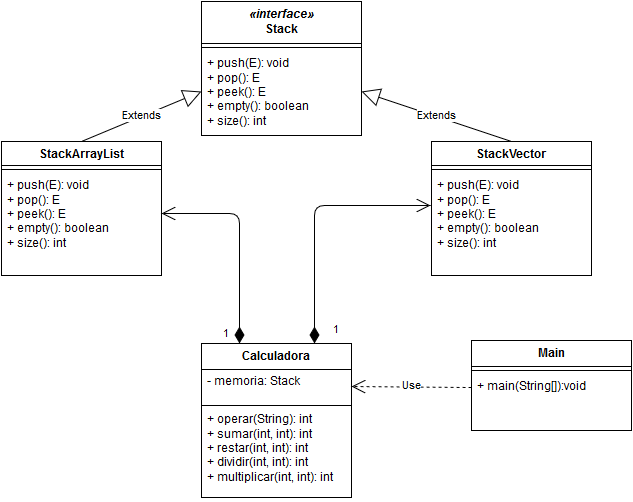
Before: Ejercicio 2_ UML.png, a diagram exported from draw.io (eric-mendoza/CalculadoraPostFix). Source tidied: cells renumbered, new cells last; positions are measured from the earlier drawing's top-left corner, leaving out a move shared by most shapes. Its diagram source:
```xml
<mxGraphModel background="#ffffff">
  <root>
    <mxCell id="0" />
    <mxCell id="1" parent="0" />
    <mxCell id="2" value="Main" style="swimlane;html=1;fontStyle=1;align=center;verticalAlign=top;horizontal=1;startSize=26;swimlaneFillColor=#ffffff;" parent="1" vertex="1">
      <mxGeometry x="470" y="339" width="160" height="90" as="geometry" />
    </mxCell>
    <mxCell id="3" style="line;html=1;strokeWidth=1;fillColor=none;align=left;verticalAlign=middle;spacingTop=-1;spacingLeft=3;spacingRight=3;labelPosition=right;" parent="2" vertex="1">
      <mxGeometry y="26" width="160" height="8" as="geometry" />
    </mxCell>
    <mxCell id="4" value="+ main(String[]):void" style="text;html=1;strokeColor=none;fillColor=none;align=left;verticalAlign=top;spacingLeft=4;spacingRight=4;whiteSpace=wrap;overflow=hidden;points=[[0,0.5],[1,0.5]];portConstraint=eastwest;" parent="2" vertex="1">
      <mxGeometry y="34" width="160" height="26" as="geometry" />
    </mxCell>
    <mxCell id="5" value="Calculadora" style="swimlane;html=1;fontStyle=1;align=center;verticalAlign=top;horizontal=1;startSize=26;swimlaneFillColor=#ffffff;" parent="1" vertex="1">
      <mxGeometry x="200" y="342" width="150" height="154" as="geometry" />
    </mxCell>
    <mxCell id="6" value="- memoria: Stack&lt;br&gt;" style="text;html=1;strokeColor=none;fillColor=none;align=left;verticalAlign=top;spacingLeft=4;spacingRight=4;whiteSpace=wrap;overflow=hidden;points=[[0,0.5],[1,0.5]];portConstraint=eastwest;" parent="5" vertex="1">
      <mxGeometry y="26" width="150" height="34" as="geometry" />
    </mxCell>
    <mxCell id="7" style="line;html=1;strokeWidth=1;fillColor=none;align=left;verticalAlign=middle;spacingTop=-1;spacingLeft=3;spacingRight=3;labelPosition=right;" parent="5" vertex="1">
      <mxGeometry y="60" width="150" height="4" as="geometry" />
    </mxCell>
    <mxCell id="8" value="+ operar(String): int&lt;br&gt;+ sumar(int, int): int&lt;br&gt;+ restar(int, int): int&lt;br&gt;+ dividir(int, int): int&lt;br&gt;+ multiplicar(int, int): int&lt;br&gt;" style="text;html=1;strokeColor=none;fillColor=none;align=left;verticalAlign=top;spacingLeft=4;spacingRight=4;whiteSpace=wrap;overflow=hidden;" parent="5" vertex="1">
      <mxGeometry y="64" width="150" height="90" as="geometry" />
    </mxCell>
    <mxCell id="9" value="Use" style="endArrow=open;endSize=12;dashed=1;html=1;entryX=1;entryY=0.5;exitX=0;exitY=0.5;" parent="1" edge="1" source="4" target="6">
      <mxGeometry relative="1" as="geometry" />
    </mxCell>
    <mxCell id="10" value="&lt;i&gt;«interface»&lt;/i&gt;&lt;br&gt;Stack" style="swimlane;html=1;fontStyle=1;align=center;verticalAlign=top;horizontal=1;startSize=42;swimlaneFillColor=#ffffff;" parent="1" vertex="1">
      <mxGeometry x="200" width="160" height="134" as="geometry" />
    </mxCell>
    <mxCell id="11" style="line;html=1;strokeWidth=1;fillColor=none;align=left;verticalAlign=middle;spacingTop=-1;spacingLeft=3;spacingRight=3;labelPosition=right;" parent="10" vertex="1">
      <mxGeometry y="42" width="160" height="8" as="geometry" />
    </mxCell>
    <mxCell id="12" value="+ push(E): void&lt;br&gt;+ pop(): E&lt;br&gt;+ peek(): E&lt;br&gt;+ empty(): boolean&lt;br&gt;+ size(): int&lt;br&gt;" style="text;html=1;strokeColor=none;fillColor=none;align=left;verticalAlign=top;spacingLeft=4;spacingRight=4;whiteSpace=wrap;overflow=hidden;points=[[0,0.5],[1,0.5]];portConstraint=eastwest;" parent="10" vertex="1">
      <mxGeometry y="50" width="160" height="80" as="geometry" />
    </mxCell>
    <mxCell id="13" value="StackArrayList" style="swimlane;html=1;fontStyle=1;align=center;verticalAlign=top;horizontal=1;startSize=24;swimlaneFillColor=#ffffff;" parent="1" vertex="1">
      <mxGeometry y="140" width="160" height="134" as="geometry" />
    </mxCell>
    <mxCell id="14" style="line;html=1;strokeWidth=1;fillColor=none;align=left;verticalAlign=middle;spacingTop=-1;spacingLeft=3;spacingRight=3;labelPosition=right;" parent="13" vertex="1">
      <mxGeometry y="24" width="160" height="8" as="geometry" />
    </mxCell>
    <mxCell id="15" value="+ push(E): void&lt;br&gt;+ pop(): E&lt;br&gt;+ peek(): E&lt;br&gt;+ empty(): boolean&lt;br&gt;+ size(): int&lt;br&gt;" style="text;html=1;strokeColor=none;fillColor=none;align=left;verticalAlign=top;spacingLeft=4;spacingRight=4;whiteSpace=wrap;overflow=hidden;points=[[0,0.5],[1,0.5]];portConstraint=eastwest;" parent="13" vertex="1">
      <mxGeometry y="32" width="160" height="80" as="geometry" />
    </mxCell>
    <mxCell id="16" value="StackVector" style="swimlane;html=1;fontStyle=1;align=center;verticalAlign=top;horizontal=1;startSize=24;swimlaneFillColor=#ffffff;" parent="1" vertex="1">
      <mxGeometry x="430" y="140" width="160" height="134" as="geometry" />
    </mxCell>
    <mxCell id="17" style="line;html=1;strokeWidth=1;fillColor=none;align=left;verticalAlign=middle;spacingTop=-1;spacingLeft=3;spacingRight=3;labelPosition=right;" parent="16" vertex="1">
      <mxGeometry y="24" width="160" height="8" as="geometry" />
    </mxCell>
    <mxCell id="18" value="+ push(E): void&lt;br&gt;+ pop(): E&lt;br&gt;+ peek(): E&lt;br&gt;+ empty(): boolean&lt;br&gt;+ size(): int&lt;br&gt;" style="text;html=1;strokeColor=none;fillColor=none;align=left;verticalAlign=top;spacingLeft=4;spacingRight=4;whiteSpace=wrap;overflow=hidden;points=[[0,0.5],[1,0.5]];portConstraint=eastwest;" parent="16" vertex="1">
      <mxGeometry y="32" width="160" height="80" as="geometry" />
    </mxCell>
    <mxCell id="19" value="Extends" style="endArrow=block;endSize=16;endFill=0;html=1;entryX=0;entryY=0.5;exitX=0.5;exitY=0;" parent="1" edge="1" source="13" target="12">
      <mxGeometry relative="1" as="geometry" />
    </mxCell>
    <mxCell id="20" value="Extends" style="endArrow=block;endSize=16;endFill=0;html=1;entryX=1;entryY=0.5;exitX=0.5;exitY=0;" parent="1" edge="1" source="16" target="12">
      <mxGeometry relative="1" as="geometry" />
    </mxCell>
    <mxCell id="21" value="1" style="endArrow=open;html=1;endSize=12;startArrow=diamondThin;startSize=14;startFill=1;edgeStyle=orthogonalEdgeStyle;align=left;verticalAlign=bottom;entryX=1;entryY=0.5;exitX=0.25;exitY=0;" parent="1" edge="1" source="5" target="15">
      <mxGeometry x="0.42" y="130" relative="1" as="geometry">
        <Array as="points">
          <mxPoint x="238" y="212" />
        </Array>
      </mxGeometry>
    </mxCell>
    <mxCell id="22" value="1" style="endArrow=open;html=1;endSize=12;startArrow=diamondThin;startSize=14;startFill=1;edgeStyle=orthogonalEdgeStyle;align=left;verticalAlign=bottom;entryX=-0.006;entryY=0.4;exitX=0.75;exitY=0;entryPerimeter=0;" parent="1" edge="1" source="5" target="18">
      <mxGeometry as="geometry">
        <mxPoint x="-41" y="65" as="offset" />
      </mxGeometry>
    </mxCell>
  </root>
</mxGraphModel>
```
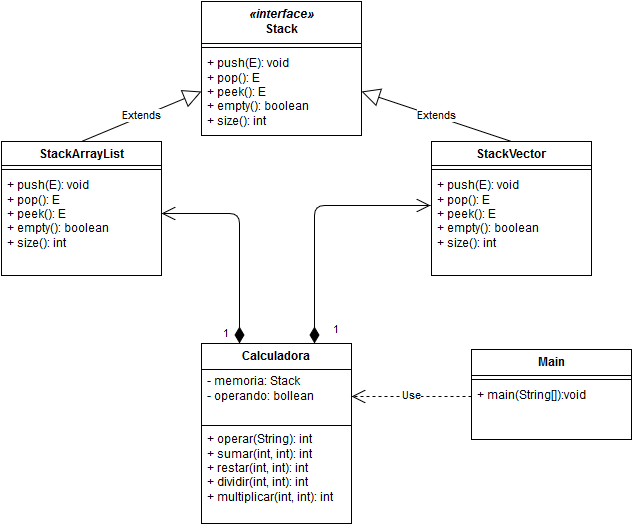
Later version of the same file.

Commit message:
Se agregó diagrama de secuencia y uml actualizado

The edit, as a diff of the source:
```diff
@@ -3,7 +3,7 @@
     <mxCell id="0" />
     <mxCell id="1" parent="0" />
     <mxCell id="2" value="Main" style="swimlane;html=1;fontStyle=1;align=center;verticalAlign=top;horizontal=1;startSize=26;swimlaneFillColor=#ffffff;" parent="1" vertex="1">
-      <mxGeometry x="470" y="339" width="160" height="90" as="geometry" />
+      <mxGeometry x="470" y="348" width="160" height="90" as="geometry" />
     </mxCell>
     <mxCell id="3" style="line;html=1;strokeWidth=1;fillColor=none;align=left;verticalAlign=middle;spacingTop=-1;spacingLeft=3;spacingRight=3;labelPosition=right;" parent="2" vertex="1">
       <mxGeometry y="26" width="160" height="8" as="geometry" />
@@ -12,16 +12,16 @@
       <mxGeometry y="34" width="160" height="26" as="geometry" />
     </mxCell>
     <mxCell id="5" value="Calculadora" style="swimlane;html=1;fontStyle=1;align=center;verticalAlign=top;horizontal=1;startSize=26;swimlaneFillColor=#ffffff;" parent="1" vertex="1">
-      <mxGeometry x="200" y="342" width="150" height="154" as="geometry" />
+      <mxGeometry x="200" y="342" width="150" height="180" as="geometry" />
     </mxCell>
-    <mxCell id="6" value="- memoria: Stack&lt;br&gt;" style="text;html=1;strokeColor=none;fillColor=none;align=left;verticalAlign=top;spacingLeft=4;spacingRight=4;whiteSpace=wrap;overflow=hidden;points=[[0,0.5],[1,0.5]];portConstraint=eastwest;" parent="5" vertex="1">
-      <mxGeometry y="26" width="150" height="34" as="geometry" />
+    <mxCell id="6" value="- memoria: Stack&lt;br&gt;- operando: bollean&lt;br&gt;" style="text;html=1;strokeColor=none;fillColor=none;align=left;verticalAlign=top;spacingLeft=4;spacingRight=4;whiteSpace=wrap;overflow=hidden;points=[[0,0.5],[1,0.5]];portConstraint=eastwest;" parent="5" vertex="1">
+      <mxGeometry y="26" width="150" height="54" as="geometry" />
     </mxCell>
     <mxCell id="7" style="line;html=1;strokeWidth=1;fillColor=none;align=left;verticalAlign=middle;spacingTop=-1;spacingLeft=3;spacingRight=3;labelPosition=right;" parent="5" vertex="1">
-      <mxGeometry y="60" width="150" height="4" as="geometry" />
+      <mxGeometry y="80" width="150" height="4" as="geometry" />
     </mxCell>
     <mxCell id="8" value="+ operar(String): int&lt;br&gt;+ sumar(int, int): int&lt;br&gt;+ restar(int, int): int&lt;br&gt;+ dividir(int, int): int&lt;br&gt;+ multiplicar(int, int): int&lt;br&gt;" style="text;html=1;strokeColor=none;fillColor=none;align=left;verticalAlign=top;spacingLeft=4;spacingRight=4;whiteSpace=wrap;overflow=hidden;" parent="5" vertex="1">
-      <mxGeometry y="64" width="150" height="90" as="geometry" />
+      <mxGeometry y="84" width="150" height="96" as="geometry" />
     </mxCell>
     <mxCell id="9" value="Use" style="endArrow=open;endSize=12;dashed=1;html=1;entryX=1;entryY=0.5;exitX=0;exitY=0.5;" parent="1" edge="1" source="4" target="6">
       <mxGeometry relative="1" as="geometry" />
```
